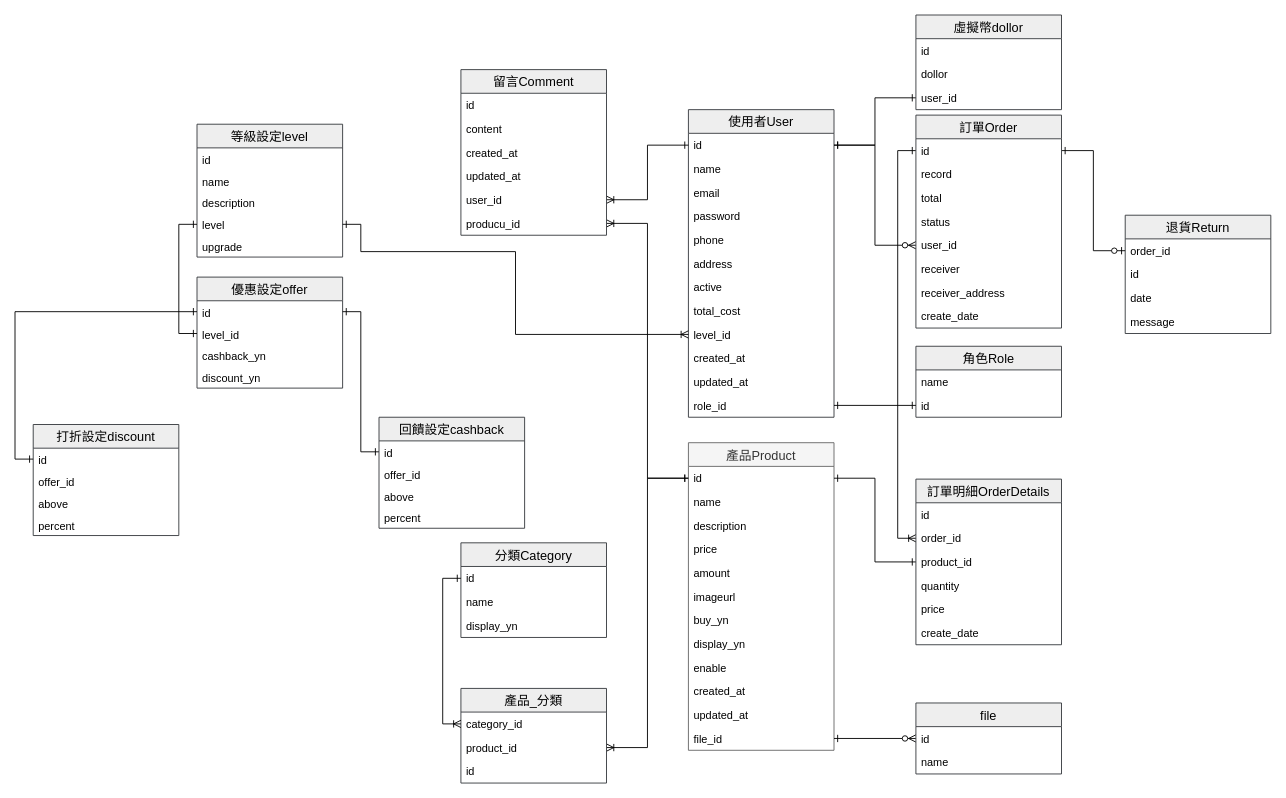
The draw.io diagram 系統規劃/購物網資料庫設計.drawio in Shenyoyo/ShoppingWeb, before the edit. Source tidied: cells renumbered, new cells numbered last; positions are measured from the earlier drawing's top-left corner, leaving out a move shared by most shapes. Both pictures are drawn from the tidied source at 91%, with x=0, y=0 at pixel (33, 15).
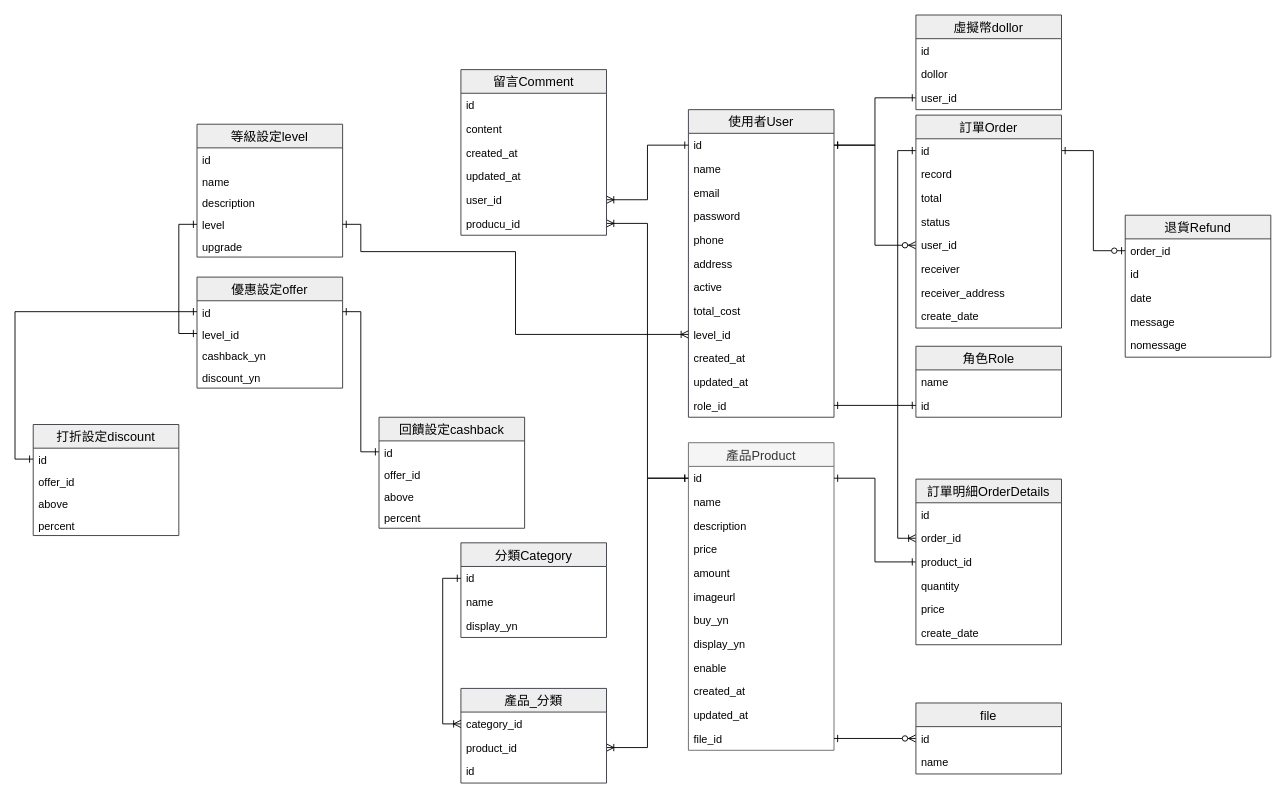
Above is the later version.

Change to the diagram source:
```diff
@@
-    <mxCell id="39" value="退貨Return" style="swimlane;fontStyle=0;horizontal=1;startSize=26;align=center;fontSize=14;swimlaneFillColor=#ffffff;fillColor=#eeeeee;strokeColor=#36393d;" parent="1" vertex="1">
-      <mxGeometry x="1200" y="220" width="160" height="130" as="geometry" />
+    <mxCell id="39" value="退貨Refund" style="swimlane;fontStyle=0;horizontal=1;startSize=26;align=center;fontSize=14;swimlaneFillColor=#ffffff;fillColor=#eeeeee;strokeColor=#36393d;" parent="1" vertex="1">
+      <mxGeometry x="1200" y="220" width="160" height="156" as="geometry" />
     </mxCell>
@@
+    <mxCell id="110" value="nomessage" style="text;strokeColor=none;fillColor=none;spacingLeft=4;spacingRight=4;overflow=hidden;fontSize=12;" parent="39" vertex="1">
+      <mxGeometry y="130" width="160" height="26" as="geometry" />
+    </mxCell>
```
